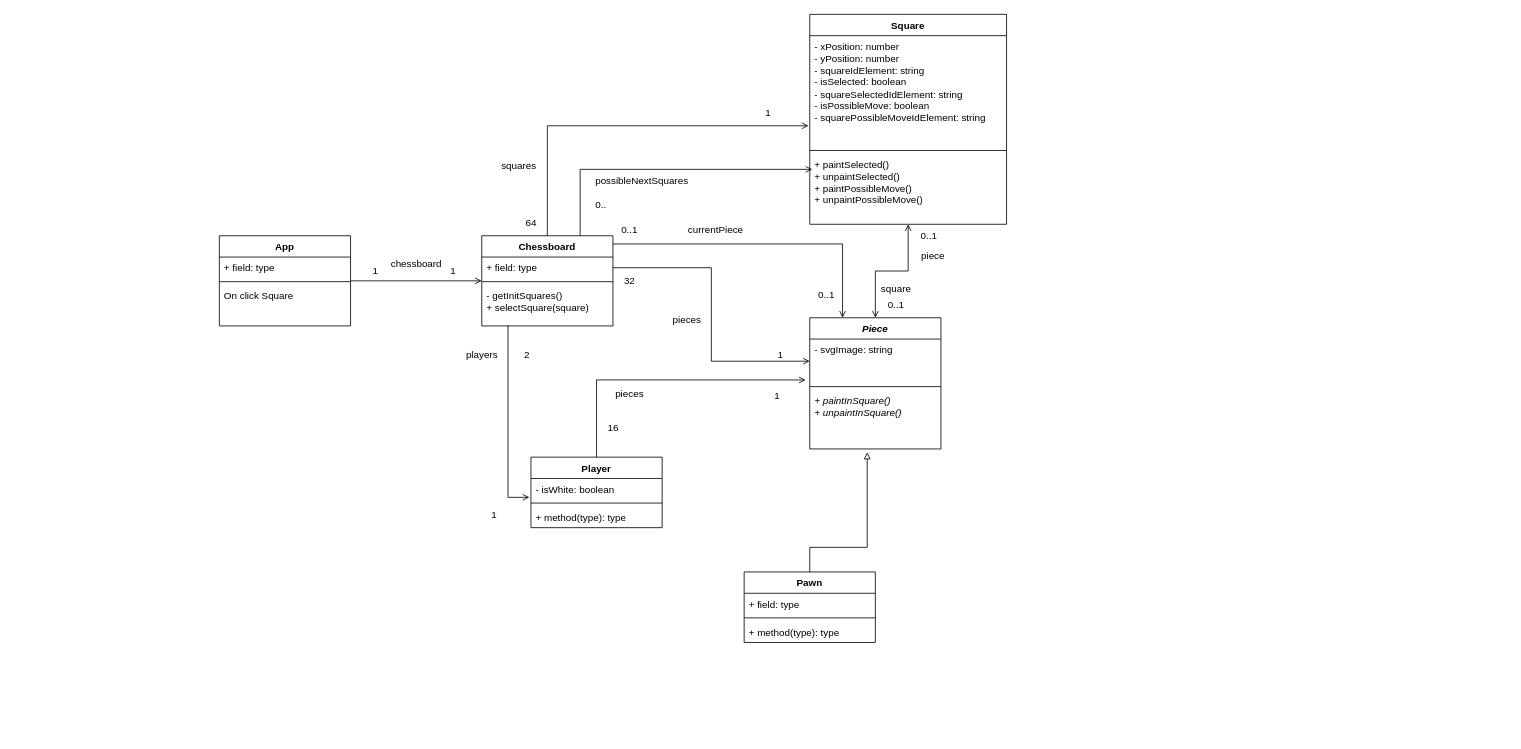
AitorMelero/chess-game keeps this draw.io diagram as docs/class-diagram.drawio. Above is the earlier version. Source tidied: cells renumbered, new cells numbered last; positions are measured from the earlier drawing's top-left corner, leaving out a move shared by most shapes. Both pictures are drawn from the tidied source at 82%, with x=0, y=0 at pixel (219, 14).
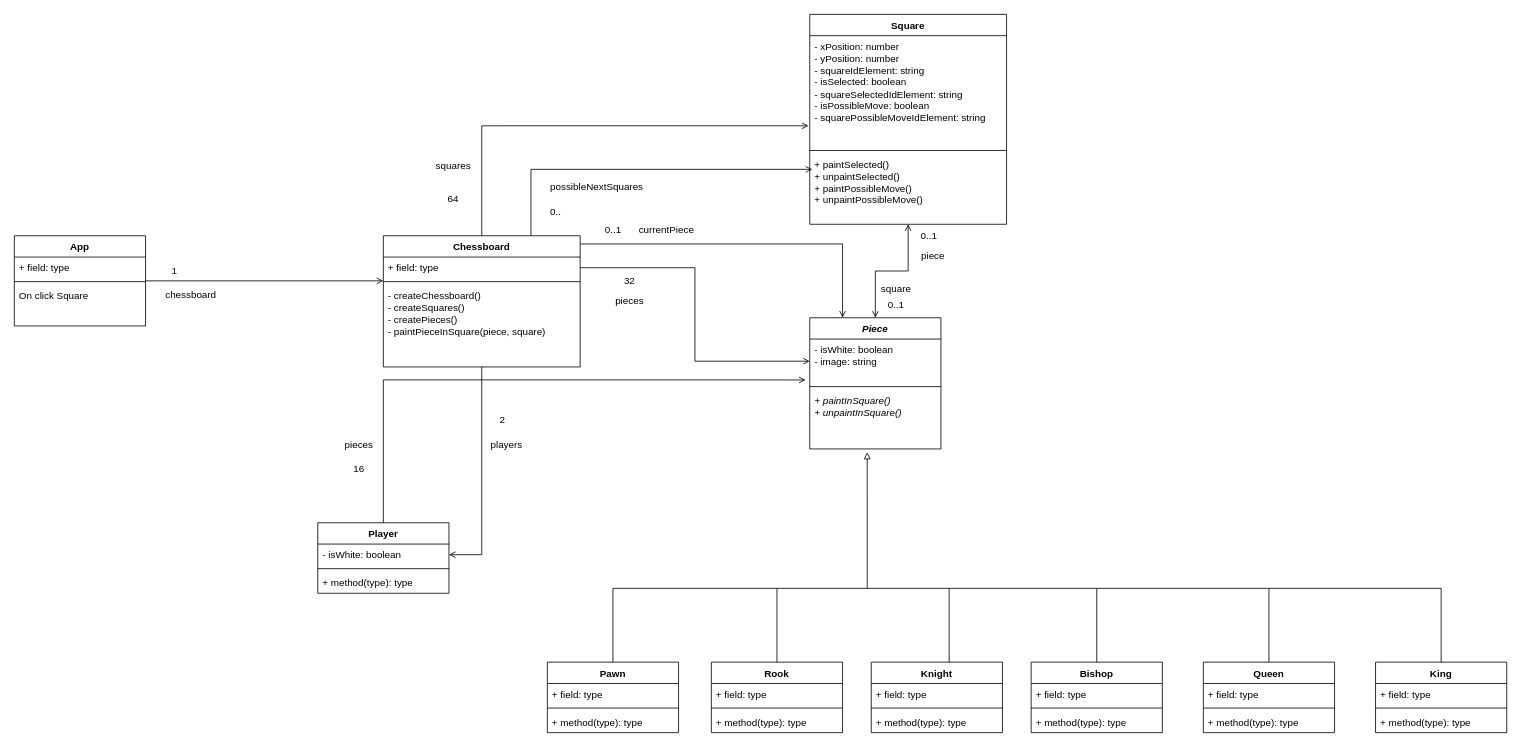
Above is the later version.

Commit message (it also covers changes not shown here):
Doc: Actualizar diagrama de clases

Unchanged cells that the change refers to:
```xml
<mxCell id="15" value="&lt;i&gt;Piece&lt;/i&gt;" style="swimlane;fontStyle=1;align=center;verticalAlign=top;horizontal=1;startSize=26;whiteSpace=wrap;html=1;" parent="1" vertex="1">
  <mxGeometry x="720" y="370" width="160" height="160" as="geometry" />
</mxCell>
<mxCell id="18" value="&lt;i&gt;+ paintInSquare()&lt;br&gt;+ unpaintInSquare()&lt;br&gt;&lt;/i&gt;" style="text;strokeColor=none;fillColor=none;align=left;verticalAlign=top;spacingLeft=4;spacingRight=4;overflow=hidden;points=[[0,0.5],[1,0.5]];portConstraint=eastwest;whiteSpace=wrap;html=1;" parent="15" vertex="1">
  <mxGeometry y="88" width="160" height="72" as="geometry" />
</mxCell>
<mxCell id="23" value="- isWhite: boolean" style="text;strokeColor=none;fillColor=none;align=left;verticalAlign=top;spacingLeft=4;spacingRight=4;overflow=hidden;points=[[0,0.5],[1,0.5]];portConstraint=eastwest;whiteSpace=wrap;html=1;" parent="22" vertex="1">
  <mxGeometry y="26" width="160" height="26" as="geometry" />
</mxCell>
```

What changed in the source:
```diff
@@
+    <mxCell id="59" style="edgeStyle=orthogonalEdgeStyle;rounded=0;jettySize=auto;html=1;entryX=1;entryY=0.5;entryDx=0;entryDy=0;endArrow=open;endFill=0;" parent="1" edge="1" source="3" target="23">
+      <mxGeometry relative="1" as="geometry" />
+    </mxCell>
     <mxCell id="3" value="Chessboard" style="swimlane;fontStyle=1;align=center;verticalAlign=top;horizontal=1;startSize=26;whiteSpace=wrap;html=1;" parent="1" vertex="1">
-      <mxGeometry x="320" y="270" width="160" height="110" as="geometry" />
+      <mxGeometry x="200" y="270" width="240" height="160" as="geometry" />
     </mxCell>
     <mxCell id="4" value="+ field: type" style="text;strokeColor=none;fillColor=none;align=left;verticalAlign=top;spacingLeft=4;spacingRight=4;overflow=hidden;points=[[0,0.5],[1,0.5]];portConstraint=eastwest;whiteSpace=wrap;html=1;" parent="3" vertex="1">
-      <mxGeometry y="26" width="160" height="26" as="geometry" />
+      <mxGeometry y="26" width="240" height="26" as="geometry" />
     </mxCell>
     <mxCell id="5" style="line;strokeWidth=1;fillColor=none;align=left;verticalAlign=middle;spacingTop=-1;spacingLeft=3;spacingRight=3;labelPosition=right;points=[];portConstraint=eastwest;strokeColor=inherit;" parent="3" vertex="1">
-      <mxGeometry y="52" width="160" height="8" as="geometry" />
+      <mxGeometry y="52" width="240" height="8" as="geometry" />
     </mxCell>
-    <mxCell id="6" value="- getInitSquares()&lt;br&gt;+ selectSquare(square)" style="text;strokeColor=none;fillColor=none;align=left;verticalAlign=top;spacingLeft=4;spacingRight=4;overflow=hidden;points=[[0,0.5],[1,0.5]];portConstraint=eastwest;whiteSpace=wrap;html=1;" parent="3" vertex="1">
-      <mxGeometry y="60" width="160" height="50" as="geometry" />
+    <mxCell id="6" value="- createChessboard()&lt;br&gt;- createSquares()&lt;br&gt;- createPieces()&lt;br&gt;- paintPieceInSquare(piece, square)" style="text;strokeColor=none;fillColor=none;align=left;verticalAlign=top;spacingLeft=4;spacingRight=4;overflow=hidden;points=[[0,0.5],[1,0.5]];portConstraint=eastwest;whiteSpace=wrap;html=1;" parent="3" vertex="1">
+      <mxGeometry y="60" width="240" height="100" as="geometry" />
     </mxCell>
@@
     <mxCell id="13" value="64" style="text;html=1;align=center;verticalAlign=middle;strokeColor=none;fillColor=none;" parent="1" vertex="1">
-      <mxGeometry x="360" y="240" width="40" height="30" as="geometry" />
+      <mxGeometry x="265" y="210" width="40" height="30" as="geometry" />
     </mxCell>
-    <mxCell id="14" value="1" style="text;html=1;align=center;verticalAlign=middle;strokeColor=none;fillColor=none;" parent="1" vertex="1">
-      <mxGeometry x="654" y="105" width="30" height="30" as="geometry" />
-    </mxCell>
@@
-    <mxCell id="16" value="- svgImage: string&lt;br&gt;" style="text;strokeColor=none;fillColor=none;align=left;verticalAlign=top;spacingLeft=4;spacingRight=4;overflow=hidden;points=[[0,0.5],[1,0.5]];portConstraint=eastwest;whiteSpace=wrap;html=1;" parent="15" vertex="1">
+    <mxCell id="16" value="- isWhite: boolean&lt;br&gt;- image: string" style="text;strokeColor=none;fillColor=none;align=left;verticalAlign=top;spacingLeft=4;spacingRight=4;overflow=hidden;points=[[0,0.5],[1,0.5]];portConstraint=eastwest;whiteSpace=wrap;html=1;" parent="15" vertex="1">
       <mxGeometry y="26" width="160" height="54" as="geometry" />
     </mxCell>
@@
-    <mxCell id="21" value="1" style="text;html=1;align=center;verticalAlign=middle;strokeColor=none;fillColor=none;" parent="1" vertex="1">
-      <mxGeometry x="669" y="400" width="30" height="30" as="geometry" />
-    </mxCell>
     <mxCell id="22" value="Player" style="swimlane;fontStyle=1;align=center;verticalAlign=top;horizontal=1;startSize=26;whiteSpace=wrap;html=1;" parent="1" vertex="1">
-      <mxGeometry x="380" y="540" width="160" height="86" as="geometry" />
+      <mxGeometry x="120" y="620" width="160" height="86" as="geometry" />
     </mxCell>
@@
-    <mxCell id="26" style="edgeStyle=orthogonalEdgeStyle;rounded=0;jettySize=auto;html=1;entryX=-0.012;entryY=0.885;entryDx=0;entryDy=0;entryPerimeter=0;endArrow=open;endFill=0;exitX=0.2;exitY=0.98;exitDx=0;exitDy=0;exitPerimeter=0;" parent="1" edge="1" source="6" target="23">
-      <mxGeometry relative="1" as="geometry" />
-    </mxCell>
     <mxCell id="27" value="2" style="text;html=1;align=center;verticalAlign=middle;strokeColor=none;fillColor=none;" parent="1" vertex="1">
-      <mxGeometry x="360" y="400" width="30" height="30" as="geometry" />
+      <mxGeometry x="330" y="480" width="30" height="30" as="geometry" />
     </mxCell>
-    <mxCell id="28" value="1" style="text;html=1;align=center;verticalAlign=middle;strokeColor=none;fillColor=none;" parent="1" vertex="1">
-      <mxGeometry x="320" y="596" width="30" height="30" as="geometry" />
-    </mxCell>
@@
     <mxCell id="30" value="16" style="text;html=1;align=center;verticalAlign=middle;strokeColor=none;fillColor=none;" parent="1" vertex="1">
-      <mxGeometry x="460" y="490" width="40" height="30" as="geometry" />
+      <mxGeometry x="150" y="540" width="40" height="30" as="geometry" />
     </mxCell>
-    <mxCell id="31" value="1" style="text;html=1;align=center;verticalAlign=middle;strokeColor=none;fillColor=none;" parent="1" vertex="1">
-      <mxGeometry x="665" y="450" width="30" height="30" as="geometry" />
-    </mxCell>
@@
     <mxCell id="34" value="0..1" style="text;html=1;align=center;verticalAlign=middle;strokeColor=none;fillColor=none;" parent="1" vertex="1">
-      <mxGeometry x="480" y="248" width="40" height="30" as="geometry" />
+      <mxGeometry x="460" y="248" width="40" height="30" as="geometry" />
     </mxCell>
-    <mxCell id="35" value="0..1" style="text;html=1;align=center;verticalAlign=middle;strokeColor=none;fillColor=none;" parent="1" vertex="1">
-      <mxGeometry x="720" y="328" width="40" height="30" as="geometry" />
-    </mxCell>
     <mxCell id="36" value="currentPiece" style="text;html=1;align=center;verticalAlign=middle;strokeColor=none;fillColor=none;" parent="1" vertex="1">
-      <mxGeometry x="560" y="248" width="90" height="30" as="geometry" />
+      <mxGeometry x="500" y="248" width="90" height="30" as="geometry" />
     </mxCell>
     <mxCell id="37" value="App" style="swimlane;fontStyle=1;align=center;verticalAlign=top;horizontal=1;startSize=26;whiteSpace=wrap;html=1;" parent="1" vertex="1">
-      <mxGeometry y="270" width="160" height="110" as="geometry" />
+      <mxGeometry x="-250" y="270" width="160" height="110" as="geometry" />
     </mxCell>
@@
     <mxCell id="42" value="1" style="text;html=1;align=center;verticalAlign=middle;strokeColor=none;fillColor=none;" parent="1" vertex="1">
-      <mxGeometry x="175" y="298" width="30" height="30" as="geometry" />
+      <mxGeometry x="-70" y="298" width="30" height="30" as="geometry" />
     </mxCell>
-    <mxCell id="43" value="1" style="text;html=1;align=center;verticalAlign=middle;strokeColor=none;fillColor=none;" parent="1" vertex="1">
-      <mxGeometry x="270" y="298" width="30" height="30" as="geometry" />
-    </mxCell>
     <mxCell id="44" value="Pawn" style="swimlane;fontStyle=1;align=center;verticalAlign=top;horizontal=1;startSize=26;whiteSpace=wrap;html=1;" parent="1" vertex="1">
-      <mxGeometry x="640" y="680" width="160" height="86" as="geometry" />
+      <mxGeometry x="400" y="790" width="160" height="86" as="geometry" />
     </mxCell>
@@
     <mxCell id="48" style="edgeStyle=orthogonalEdgeStyle;rounded=0;jettySize=auto;html=1;endArrow=block;endFill=0;entryX=0.438;entryY=1.056;entryDx=0;entryDy=0;entryPerimeter=0;" parent="1" edge="1" source="44" target="18">
       <mxGeometry relative="1" as="geometry">
         <Array as="points">
-          <mxPoint x="720" y="650" />
-          <mxPoint x="790" y="650" />
+          <mxPoint x="480" y="700" />
+          <mxPoint x="790" y="700" />
         </Array>
       </mxGeometry>
     </mxCell>
     <mxCell id="49" value="squares" style="text;html=1;align=center;verticalAlign=middle;strokeColor=none;fillColor=none;" parent="1" vertex="1">
-      <mxGeometry x="330" y="170" width="70" height="30" as="geometry" />
+      <mxGeometry x="250" y="170" width="70" height="30" as="geometry" />
     </mxCell>
     <mxCell id="50" value="chessboard" style="text;html=1;align=center;verticalAlign=middle;strokeColor=none;fillColor=none;" parent="1" vertex="1">
-      <mxGeometry x="195" y="290" width="90" height="30" as="geometry" />
+      <mxGeometry x="-80" y="328" width="90" height="30" as="geometry" />
     </mxCell>
     <mxCell id="51" value="pieces" style="text;html=1;align=center;verticalAlign=middle;strokeColor=none;fillColor=none;" parent="1" vertex="1">
-      <mxGeometry x="540" y="358" width="60" height="30" as="geometry" />
+      <mxGeometry x="470" y="335" width="60" height="30" as="geometry" />
     </mxCell>
     <mxCell id="52" value="pieces" style="text;html=1;align=center;verticalAlign=middle;strokeColor=none;fillColor=none;" parent="1" vertex="1">
-      <mxGeometry x="470" y="448" width="60" height="30" as="geometry" />
+      <mxGeometry x="140" y="510" width="60" height="30" as="geometry" />
     </mxCell>
     <mxCell id="53" value="players" style="text;html=1;align=center;verticalAlign=middle;strokeColor=none;fillColor=none;" parent="1" vertex="1">
-      <mxGeometry x="290" y="400" width="60" height="30" as="geometry" />
+      <mxGeometry x="320" y="510" width="60" height="30" as="geometry" />
     </mxCell>
@@
     <mxCell id="56" value="0.." style="text;html=1;align=center;verticalAlign=middle;strokeColor=none;fillColor=none;" parent="1" vertex="1">
-      <mxGeometry x="445" y="218" width="40" height="30" as="geometry" />
+      <mxGeometry x="390" y="226" width="40" height="30" as="geometry" />
     </mxCell>
     <mxCell id="57" value="possibleNextSquares" style="text;html=1;align=center;verticalAlign=middle;strokeColor=none;fillColor=none;" parent="1" vertex="1">
-      <mxGeometry x="445" y="188" width="140" height="30" as="geometry" />
+      <mxGeometry x="390" y="196" width="140" height="30" as="geometry" />
     </mxCell>
@@
+    <mxCell id="60" style="edgeStyle=orthogonalEdgeStyle;rounded=0;jettySize=auto;html=1;endArrow=none;endFill=0;" parent="1" edge="1" source="61">
+      <mxGeometry relative="1" as="geometry">
+        <mxPoint x="680" y="700" as="targetPoint" />
+      </mxGeometry>
+    </mxCell>
+    <mxCell id="61" value="Rook" style="swimlane;fontStyle=1;align=center;verticalAlign=top;horizontal=1;startSize=26;whiteSpace=wrap;html=1;" parent="1" vertex="1">
+      <mxGeometry x="600" y="790" width="160" height="86" as="geometry" />
+    </mxCell>
+    <mxCell id="62" value="+ field: type" style="text;strokeColor=none;fillColor=none;align=left;verticalAlign=top;spacingLeft=4;spacingRight=4;overflow=hidden;whiteSpace=wrap;html=1;" parent="61" vertex="1">
+      <mxGeometry y="26" width="160" height="26" as="geometry" />
+    </mxCell>
+    <mxCell id="63" style="line;strokeWidth=1;fillColor=none;align=left;verticalAlign=middle;spacingTop=-1;spacingLeft=3;spacingRight=3;labelPosition=right;strokeColor=inherit;" parent="61" vertex="1">
+      <mxGeometry y="52" width="160" height="8" as="geometry" />
+    </mxCell>
+    <mxCell id="64" value="+ method(type): type" style="text;strokeColor=none;fillColor=none;align=left;verticalAlign=top;spacingLeft=4;spacingRight=4;overflow=hidden;whiteSpace=wrap;html=1;" parent="61" vertex="1">
+      <mxGeometry y="60" width="160" height="26" as="geometry" />
+    </mxCell>
+    <mxCell id="65" style="edgeStyle=orthogonalEdgeStyle;rounded=0;jettySize=auto;html=1;endArrow=none;endFill=0;" parent="1" edge="1" source="66">
+      <mxGeometry relative="1" as="geometry">
+        <mxPoint x="790" y="700" as="targetPoint" />
+        <Array as="points">
+          <mxPoint x="890" y="700" />
+        </Array>
+      </mxGeometry>
+    </mxCell>
+    <mxCell id="66" value="Knight" style="swimlane;fontStyle=1;align=center;verticalAlign=top;horizontal=1;startSize=26;whiteSpace=wrap;html=1;" parent="1" vertex="1">
+      <mxGeometry x="795" y="790" width="160" height="86" as="geometry" />
+    </mxCell>
+    <mxCell id="67" value="+ field: type" style="text;strokeColor=none;fillColor=none;align=left;verticalAlign=top;spacingLeft=4;spacingRight=4;overflow=hidden;whiteSpace=wrap;html=1;" parent="66" vertex="1">
+      <mxGeometry y="26" width="160" height="26" as="geometry" />
+    </mxCell>
+    <mxCell id="68" style="line;strokeWidth=1;fillColor=none;align=left;verticalAlign=middle;spacingTop=-1;spacingLeft=3;spacingRight=3;labelPosition=right;strokeColor=inherit;" parent="66" vertex="1">
+      <mxGeometry y="52" width="160" height="8" as="geometry" />
+    </mxCell>
+    <mxCell id="69" value="+ method(type): type" style="text;strokeColor=none;fillColor=none;align=left;verticalAlign=top;spacingLeft=4;spacingRight=4;overflow=hidden;whiteSpace=wrap;html=1;" parent="66" vertex="1">
+      <mxGeometry y="60" width="160" height="26" as="geometry" />
+    </mxCell>
+    <mxCell id="70" style="edgeStyle=orthogonalEdgeStyle;rounded=0;jettySize=auto;html=1;endArrow=none;endFill=0;" parent="1" edge="1" source="71">
+      <mxGeometry relative="1" as="geometry">
+        <mxPoint x="890" y="700" as="targetPoint" />
+        <Array as="points">
+          <mxPoint x="1070" y="700" />
+        </Array>
+      </mxGeometry>
+    </mxCell>
+    <mxCell id="71" value="Bishop" style="swimlane;fontStyle=1;align=center;verticalAlign=top;horizontal=1;startSize=26;whiteSpace=wrap;html=1;" parent="1" vertex="1">
+      <mxGeometry x="990" y="790" width="160" height="86" as="geometry" />
+    </mxCell>
+    <mxCell id="72" value="+ field: type" style="text;strokeColor=none;fillColor=none;align=left;verticalAlign=top;spacingLeft=4;spacingRight=4;overflow=hidden;whiteSpace=wrap;html=1;" parent="71" vertex="1">
+      <mxGeometry y="26" width="160" height="26" as="geometry" />
+    </mxCell>
+    <mxCell id="73" style="line;strokeWidth=1;fillColor=none;align=left;verticalAlign=middle;spacingTop=-1;spacingLeft=3;spacingRight=3;labelPosition=right;strokeColor=inherit;" parent="71" vertex="1">
+      <mxGeometry y="52" width="160" height="8" as="geometry" />
+    </mxCell>
+    <mxCell id="74" value="+ method(type): type" style="text;strokeColor=none;fillColor=none;align=left;verticalAlign=top;spacingLeft=4;spacingRight=4;overflow=hidden;whiteSpace=wrap;html=1;" parent="71" vertex="1">
+      <mxGeometry y="60" width="160" height="26" as="geometry" />
+    </mxCell>
+    <mxCell id="75" style="edgeStyle=orthogonalEdgeStyle;rounded=0;jettySize=auto;html=1;endArrow=none;endFill=0;" parent="1" edge="1" source="76">
+      <mxGeometry relative="1" as="geometry">
+        <mxPoint x="1070" y="700" as="targetPoint" />
+        <Array as="points">
+          <mxPoint x="1280" y="700" />
+        </Array>
+      </mxGeometry>
+    </mxCell>
+    <mxCell id="76" value="Queen" style="swimlane;fontStyle=1;align=center;verticalAlign=top;horizontal=1;startSize=26;whiteSpace=wrap;html=1;" parent="1" vertex="1">
+      <mxGeometry x="1200" y="790" width="160" height="86" as="geometry" />
+    </mxCell>
+    <mxCell id="77" value="+ field: type" style="text;strokeColor=none;fillColor=none;align=left;verticalAlign=top;spacingLeft=4;spacingRight=4;overflow=hidden;whiteSpace=wrap;html=1;" parent="76" vertex="1">
+      <mxGeometry y="26" width="160" height="26" as="geometry" />
+    </mxCell>
+    <mxCell id="78" style="line;strokeWidth=1;fillColor=none;align=left;verticalAlign=middle;spacingTop=-1;spacingLeft=3;spacingRight=3;labelPosition=right;strokeColor=inherit;" parent="76" vertex="1">
+      <mxGeometry y="52" width="160" height="8" as="geometry" />
+    </mxCell>
+    <mxCell id="79" value="+ method(type): type" style="text;strokeColor=none;fillColor=none;align=left;verticalAlign=top;spacingLeft=4;spacingRight=4;overflow=hidden;whiteSpace=wrap;html=1;" parent="76" vertex="1">
+      <mxGeometry y="60" width="160" height="26" as="geometry" />
+    </mxCell>
+    <mxCell id="80" style="edgeStyle=orthogonalEdgeStyle;rounded=0;jettySize=auto;html=1;endArrow=none;endFill=0;" parent="1" edge="1" source="81">
+      <mxGeometry relative="1" as="geometry">
+        <mxPoint x="1280" y="700" as="targetPoint" />
+        <Array as="points">
+          <mxPoint x="1490" y="700" />
+        </Array>
+      </mxGeometry>
+    </mxCell>
+    <mxCell id="81" value="King" style="swimlane;fontStyle=1;align=center;verticalAlign=top;horizontal=1;startSize=26;whiteSpace=wrap;html=1;" parent="1" vertex="1">
+      <mxGeometry x="1410" y="790" width="160" height="86" as="geometry" />
+    </mxCell>
+    <mxCell id="82" value="+ field: type" style="text;strokeColor=none;fillColor=none;align=left;verticalAlign=top;spacingLeft=4;spacingRight=4;overflow=hidden;whiteSpace=wrap;html=1;" parent="81" vertex="1">
+      <mxGeometry y="26" width="160" height="26" as="geometry" />
+    </mxCell>
+    <mxCell id="83" style="line;strokeWidth=1;fillColor=none;align=left;verticalAlign=middle;spacingTop=-1;spacingLeft=3;spacingRight=3;labelPosition=right;strokeColor=inherit;" parent="81" vertex="1">
+      <mxGeometry y="52" width="160" height="8" as="geometry" />
+    </mxCell>
+    <mxCell id="84" value="+ method(type): type" style="text;strokeColor=none;fillColor=none;align=left;verticalAlign=top;spacingLeft=4;spacingRight=4;overflow=hidden;whiteSpace=wrap;html=1;" parent="81" vertex="1">
+      <mxGeometry y="60" width="160" height="26" as="geometry" />
+    </mxCell>
```
